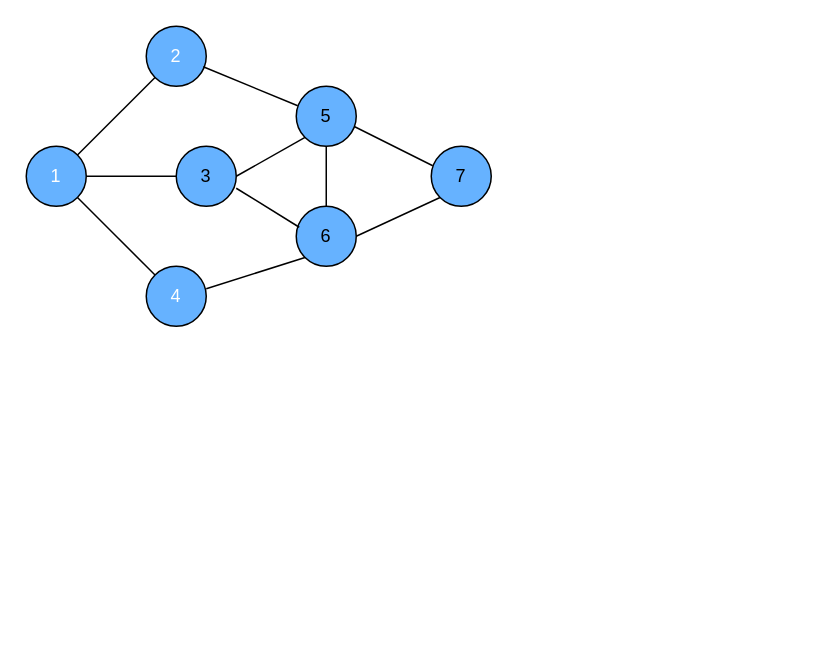
mstao/data-structures keeps this draw.io diagram as Graph/xml/bfs.drawio. Above is the earlier version. Source tidied: cells renumbered, new cells numbered last; positions are measured from the earlier drawing's top-left corner, leaving out a move shared by most shapes. Both pictures are drawn from the tidied source at 150%, with x=0, y=0 at pixel (26, 26).
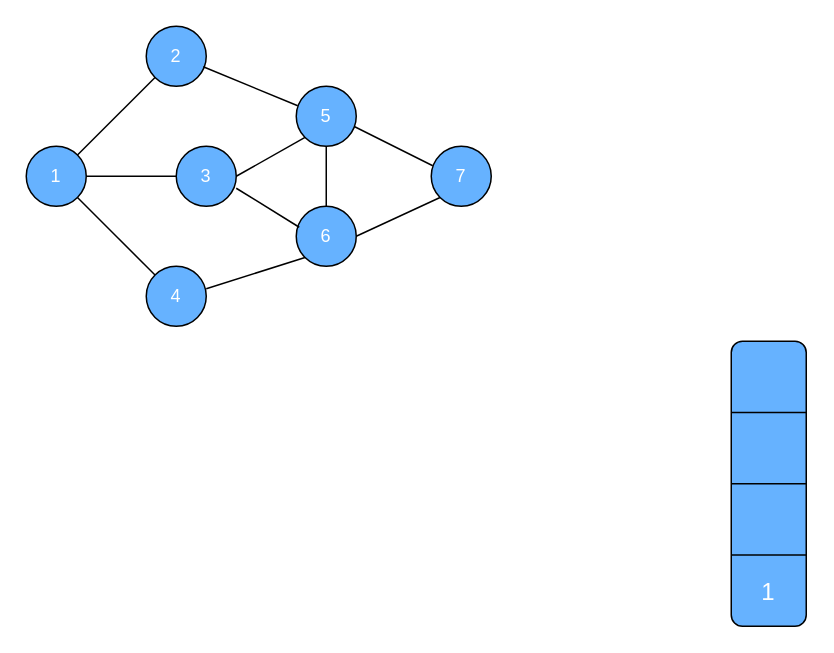
After the change.

Change to the diagram source:
```diff
@@
-    <mxCell id="4" value="7" style="ellipse;whiteSpace=wrap;html=1;fillColor=#66B2FF;" parent="1" vertex="1">
+    <mxCell id="4" value="7" style="ellipse;whiteSpace=wrap;html=1;fillColor=#66B2FF;fontColor=#FFFFFF;" parent="1" vertex="1">
       <mxGeometry x="270" y="80" width="40" height="40" as="geometry" />
     </mxCell>
@@
-    <mxCell id="11" value="3" style="ellipse;whiteSpace=wrap;html=1;fillColor=#66B2FF;" parent="1" vertex="1">
+    <mxCell id="11" value="&lt;font color=&quot;#ffffff&quot;&gt;3&lt;/font&gt;" style="ellipse;whiteSpace=wrap;html=1;fillColor=#66B2FF;" parent="1" vertex="1">
       <mxGeometry x="100" y="80" width="40" height="40" as="geometry" />
     </mxCell>
-    <mxCell id="12" value="5" style="ellipse;whiteSpace=wrap;html=1;fillColor=#66B2FF;" parent="1" vertex="1">
+    <mxCell id="12" value="5" style="ellipse;whiteSpace=wrap;html=1;fillColor=#66B2FF;fontColor=#FFFFFF;" parent="1" vertex="1">
       <mxGeometry x="180" y="40" width="40" height="40" as="geometry" />
     </mxCell>
-    <mxCell id="13" value="6" style="ellipse;whiteSpace=wrap;html=1;fillColor=#66B2FF;" parent="1" vertex="1">
+    <mxCell id="13" value="6" style="ellipse;whiteSpace=wrap;html=1;fillColor=#66B2FF;fontColor=#FFFFFF;" parent="1" vertex="1">
       <mxGeometry x="180" y="120" width="40" height="40" as="geometry" />
     </mxCell>
@@
+    <mxCell id="22" style="rounded=1;whiteSpace=wrap;html=1;fillColor=#66B2FF;" parent="1" vertex="1">
+      <mxGeometry x="470" y="210" width="50" height="190" as="geometry" />
+    </mxCell>
+    <mxCell id="23" style="endArrow=none;html=1;exitX=1;exitY=0.5;exitDx=0;exitDy=0;entryX=0;entryY=0.5;entryDx=0;entryDy=0;" parent="1" edge="1" source="22" target="22">
+      <mxGeometry relative="1" as="geometry" />
+    </mxCell>
+    <mxCell id="24" style="endArrow=none;html=1;exitX=1;exitY=0.25;exitDx=0;exitDy=0;entryX=0;entryY=0.25;entryDx=0;entryDy=0;" parent="1" edge="1" source="22" target="22">
+      <mxGeometry relative="1" as="geometry" />
+    </mxCell>
+    <mxCell id="25" style="endArrow=none;html=1;exitX=1;exitY=0.75;exitDx=0;exitDy=0;entryX=0;entryY=0.75;entryDx=0;entryDy=0;" parent="1" edge="1" source="22" target="22">
+      <mxGeometry relative="1" as="geometry" />
+    </mxCell>
+    <mxCell id="26" value="1" style="text;html=1;strokeColor=none;fillColor=none;align=center;verticalAlign=middle;whiteSpace=wrap;rounded=0;fontColor=#FFFFFF;fontSize=16;" parent="1" vertex="1">
+      <mxGeometry x="475" y="367" width="40" height="20" as="geometry" />
+    </mxCell>
```
